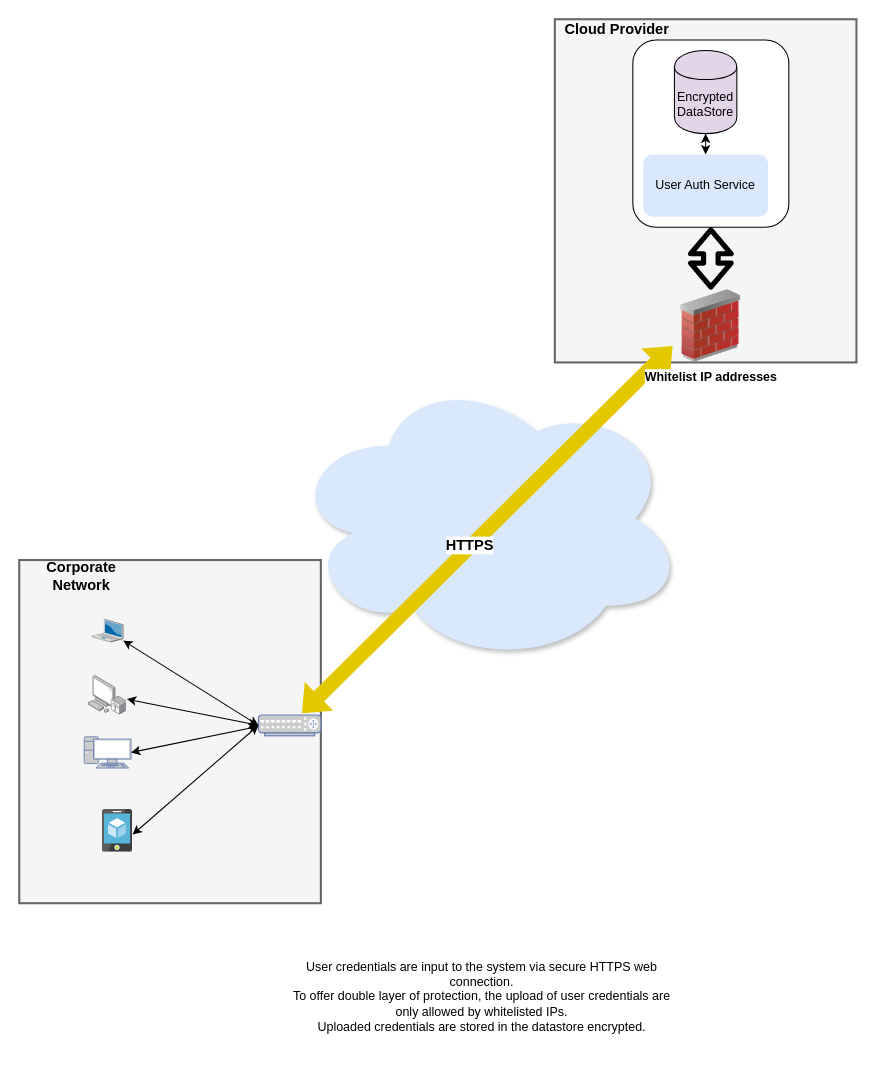
Earlier version of the draw.io diagram tionkar user credentials.drawio (sugchand/drawio). Source tidied: cells renumbered, new cells numbered last; positions are measured from the earlier drawing's top-left corner, leaving out a move shared by most shapes. Both pictures are drawn from the tidied source at 104%, with x=0, y=0 at pixel (19, 19).
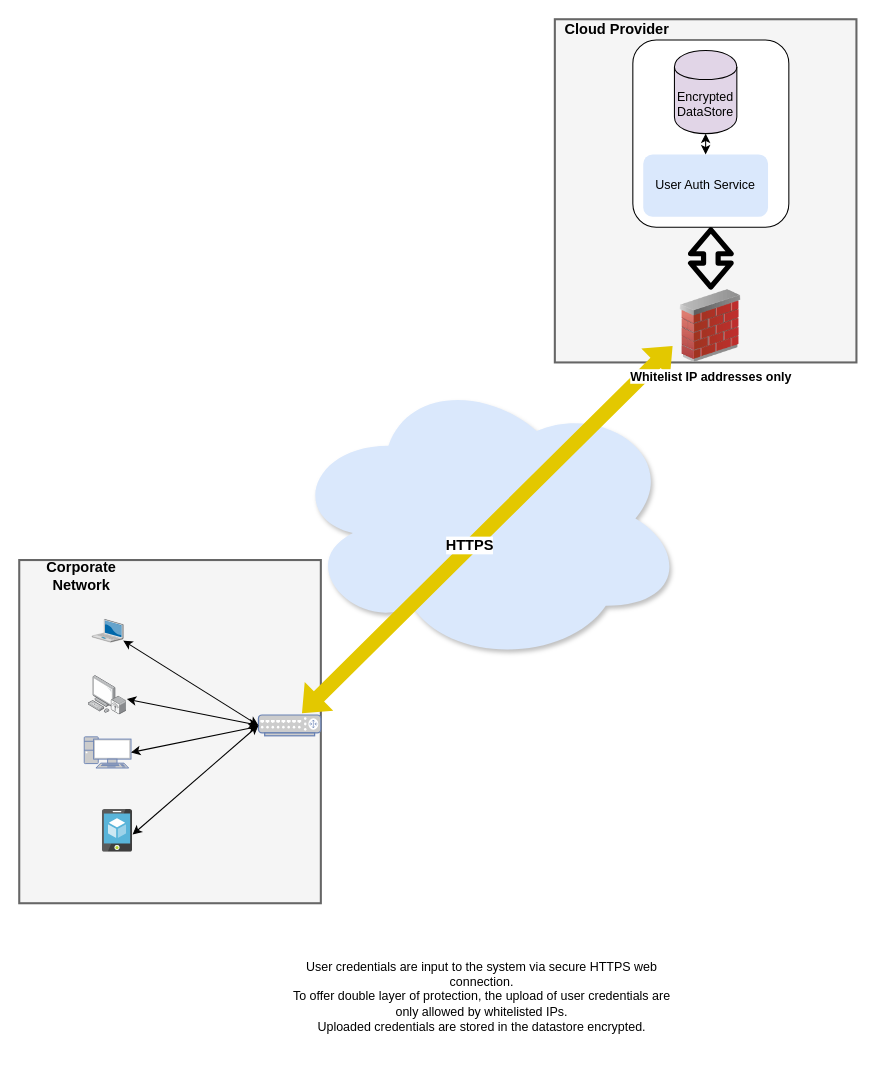
The same page after the edit.

Diff of the diagram source:
```diff
@@
-    <mxCell id="22" value="&lt;b&gt;Whitelist IP addresses&lt;/b&gt;" style="image;html=1;labelBackgroundColor=#ffffff;image=img/lib/clip_art/networking/Firewall_02_128x128.png;strokeColor=#000000;" parent="1" vertex="1">
+    <mxCell id="22" value="&lt;b&gt;Whitelist IP addresses only&lt;/b&gt;" style="image;html=1;labelBackgroundColor=#ffffff;image=img/lib/clip_art/networking/Firewall_02_128x128.png;strokeColor=#000000;" parent="1" vertex="1">
       <mxGeometry x="630" y="260" width="70" height="70" as="geometry" />
     </mxCell>
```
